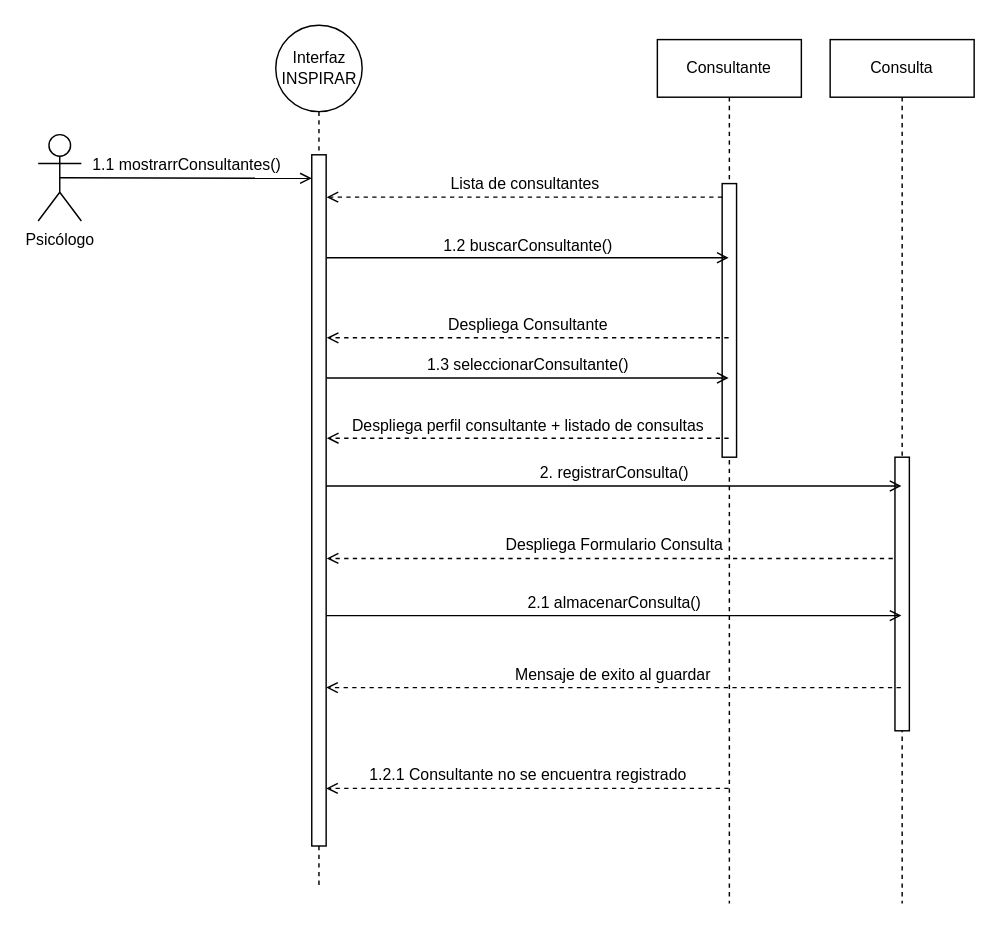
The draw.io diagram page "D. Secuencia 1" (10 of 11) of Diagramas/Untitled Diagram.drawio in barloff2/Diagramas, before the edit. Source tidied: cells renumbered, new cells numbered last; positions are measured from the earlier drawing's top-left corner, leaving out a move shared by most shapes. Both pictures are drawn from the tidied source at 144%, with x=0, y=0 at pixel (37, 24).
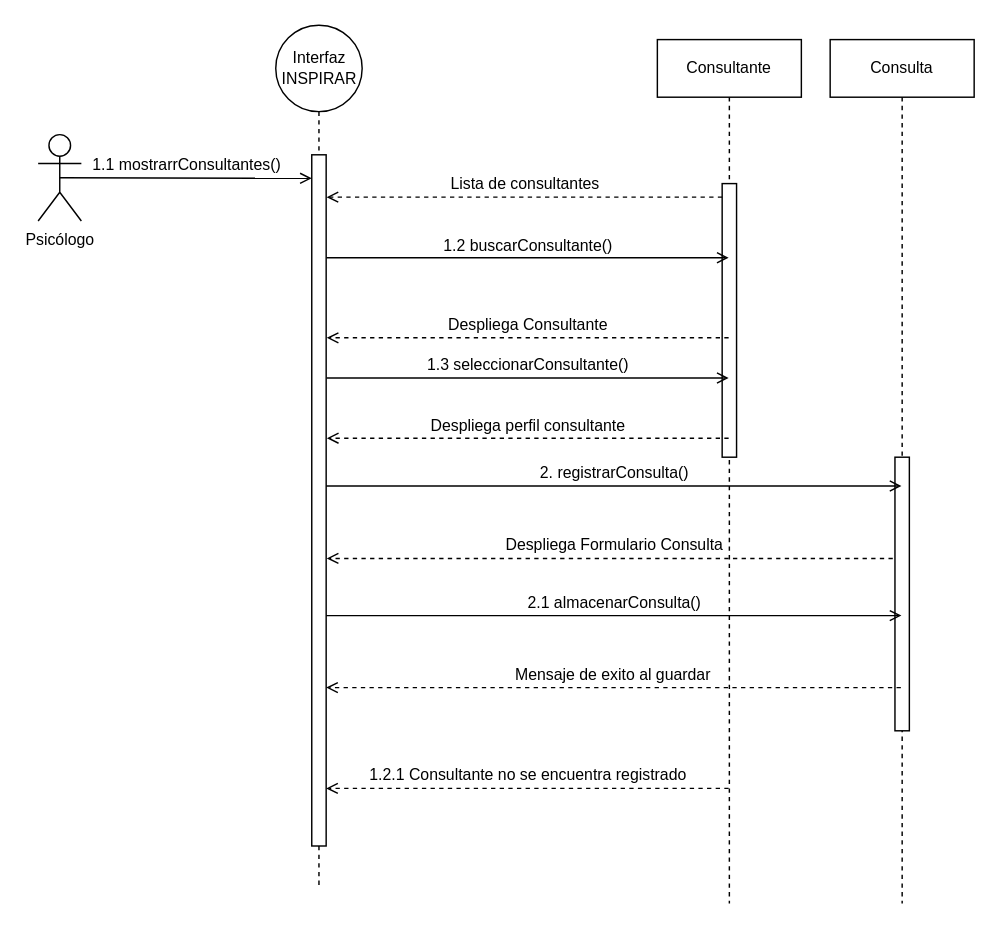
After the change.

Unchanged cells that the change refers to:
```xml
<mxCell id="3" value="Consultante" style="shape=umlLifeline;perimeter=lifelinePerimeter;whiteSpace=wrap;html=1;outlineConnect=0;labelBackgroundColor=none;fontSize=11;rounded=0;" parent="1" vertex="1">
  <mxGeometry x="430" y="10" width="100" height="600" as="geometry" />
</mxCell>
```

The edit, as a diff of the source:
```diff
@@
-    <mxCell id="17" value="Despliega perfil consultante + listado de consultas" style="html=1;verticalAlign=bottom;labelBackgroundColor=none;endArrow=open;endFill=0;dashed=1;rounded=0;fontSize=11;entryX=1.045;entryY=0.629;entryDx=0;entryDy=0;entryPerimeter=0;" parent="1" edge="1" source="3">
+    <mxCell id="17" value="Despliega perfil consultante" style="html=1;verticalAlign=bottom;labelBackgroundColor=none;endArrow=open;endFill=0;dashed=1;rounded=0;fontSize=11;entryX=1.045;entryY=0.629;entryDx=0;entryDy=0;entryPerimeter=0;" parent="1" edge="1" source="3">
       <mxGeometry relative="1" as="geometry">
         <mxPoint x="200.5" y="286.8" as="targetPoint" />
       </mxGeometry>
     </mxCell>
```
